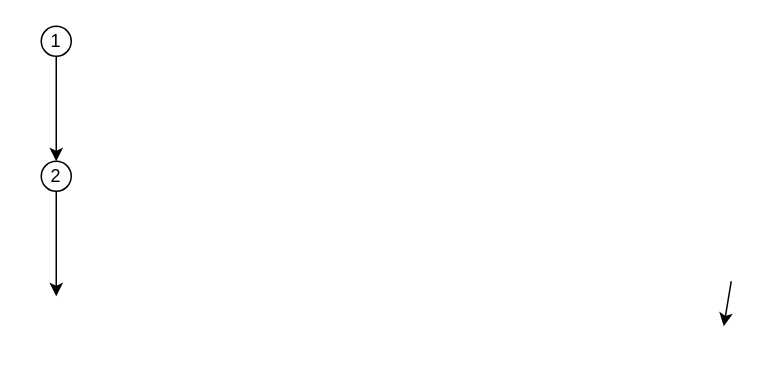
Earlier version of the draw.io diagram Untitled Diagram.drawio (lmagarin/Entornos-de-desarrollo). Source tidied: cells renumbered, new cells numbered last; positions are measured from the earlier drawing's top-left corner, leaving out a move shared by most shapes. Both pictures are drawn from the tidied source at 150%, with x=0, y=0 at pixel (40, 26).
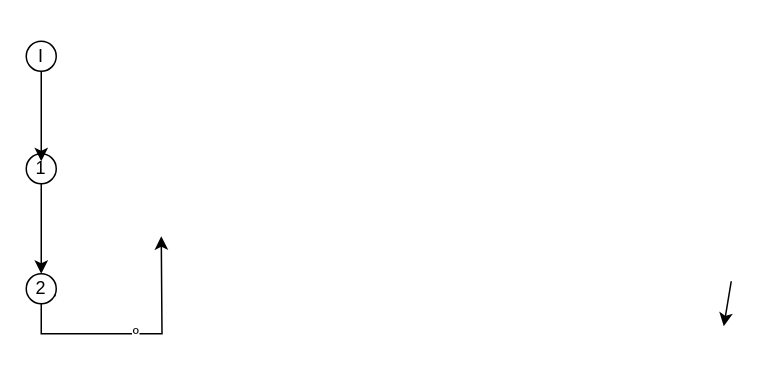
The same diagram, later.

The edit, as a diff of the source:
```diff
@@
 <mxGraphModel>
   <root>
     <mxCell id="0" />
     <mxCell id="1" parent="0" />
     <mxCell id="2" style="endArrow=classic;html=1;exitX=0.5;exitY=1;exitDx=0;exitDy=0;" parent="1" edge="1">
       <mxGeometry relative="1" as="geometry">
         <mxPoint x="460" y="170" as="sourcePoint" />
         <mxPoint x="455" y="200" as="targetPoint" />
       </mxGeometry>
     </mxCell>
+    <mxCell id="5" style="group;" parent="1" vertex="1">
+      <mxGeometry y="90" width="20" height="95" as="geometry" />
+    </mxCell>
+    <mxCell id="7" style="endArrow=classic;html=1;" parent="5" edge="1" source="6">
+      <mxGeometry relative="1" as="geometry">
+        <mxPoint x="10" y="90" as="targetPoint" />
+      </mxGeometry>
+    </mxCell>
-    <mxCell id="3" value="1" style="ellipse;whiteSpace=wrap;html=1;" parent="1" vertex="1">
-      <mxGeometry width="20" height="20" as="geometry" />
+    <mxCell id="3" value="1" style="ellipse;whiteSpace=wrap;html=1;" parent="5" vertex="1">
+      <mxGeometry x="-10" y="-5" width="20" height="20" as="geometry" />
     </mxCell>
-    <mxCell id="4" style="endArrow=classic;html=1;" parent="1" edge="1" source="3" target="6">
+    <mxCell id="4" style="endArrow=classic;html=1;" parent="5" edge="1" source="3" target="6">
       <mxGeometry relative="1" as="geometry" />
     </mxCell>
-    <mxCell id="5" style="group;" parent="1" vertex="1">
-      <mxGeometry y="90" width="20" height="90" as="geometry" />
-    </mxCell>
     <mxCell id="6" value="2" style="ellipse;whiteSpace=wrap;html=1;" parent="5" vertex="1">
-      <mxGeometry width="20" height="20" as="geometry" />
+      <mxGeometry x="-10" y="75" width="20" height="20" as="geometry" />
     </mxCell>
-    <mxCell id="7" style="endArrow=classic;html=1;" parent="5" edge="1" source="6">
-      <mxGeometry relative="1" as="geometry">
-        <mxPoint x="10" y="90" as="targetPoint" />
-      </mxGeometry>
-    </mxCell>
+    <mxCell id="8" value="I" style="ellipse;whiteSpace=wrap;html=1;" parent="1" vertex="1">
+      <mxGeometry x="-10" y="10" width="20" height="20" as="geometry" />
+    </mxCell>
+    <mxCell id="9" style="endArrow=classic;html=1;" parent="1" edge="1" source="8">
+      <mxGeometry relative="1" as="geometry">
+        <mxPoint y="90" as="targetPoint" />
+      </mxGeometry>
+    </mxCell>
+    <mxCell id="10" value="º" style="edgeStyle=orthogonalEdgeStyle;rounded=0;jettySize=auto;html=1;exitX=0.5;exitY=1;exitDx=0;exitDy=0;" parent="1" edge="1" source="6">
+      <mxGeometry relative="1" as="geometry">
+        <mxPoint x="80" y="140" as="targetPoint" />
+      </mxGeometry>
+    </mxCell>
   </root>
 </mxGraphModel>
```
